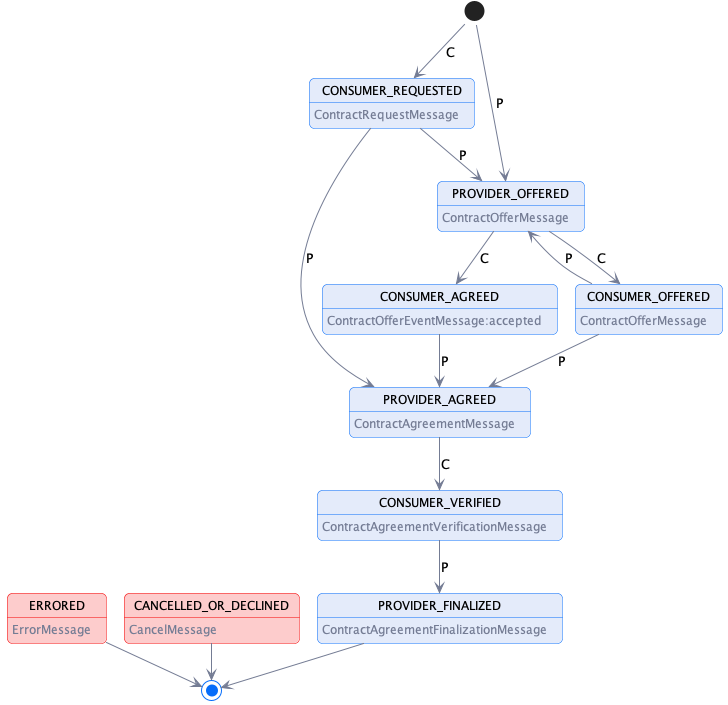
This is specifications/negotiation/contract.negotiation.state.machine.png from Metaform/edc-protocols, a PlantUML export, as it was before one commit.
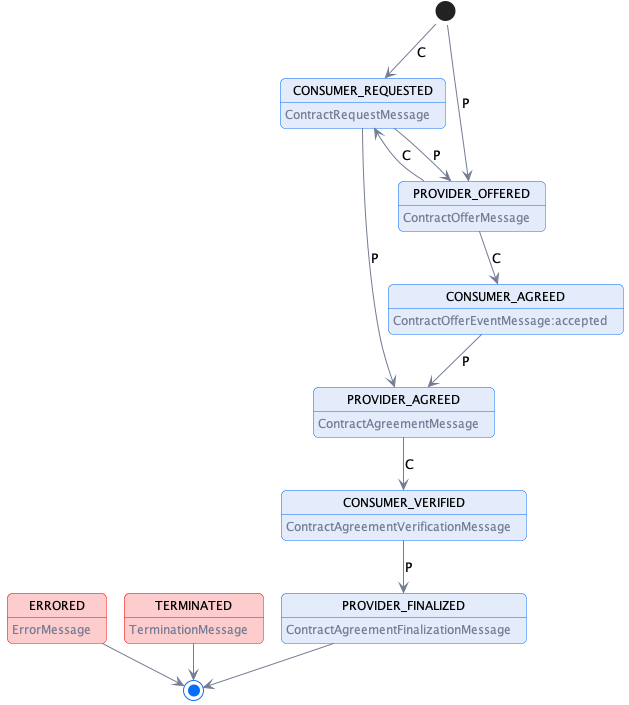
The same diagram one commit later.

What changed in the source:
```diff
@@ -7,25 +7,22 @@
 
 state CONSUMER_REQUESTED: <color:$darkGray>ContractRequestMessage
 state PROVIDER_OFFERED: <color:$darkGray>ContractOfferMessage
-state CONSUMER_OFFERED: <color:$darkGray>ContractOfferMessage
 state CONSUMER_AGREED: <color:$darkGray>ContractOfferEventMessage:accepted
 state PROVIDER_AGREED: <color:$darkGray>ContractAgreementMessage
 state CONSUMER_VERIFIED: <color:$darkGray>ContractAgreementVerificationMessage
 state PROVIDER_FINALIZED: <color:$darkGray>ContractAgreementFinalizationMessage
 
 state ERRORED $lightRed #$borderRed : <color:$darkGray>ErrorMessage
-state CANCELLED_OR_DECLINED $lightRed #$borderRed:  <color:$darkGray>CancelMessage
+state TERMINATED $lightRed #$borderRed:  <color:$darkGray>TerminationMessage
 
 [*] --> CONSUMER_REQUESTED: C
 CONSUMER_REQUESTED -->  PROVIDER_OFFERED: P
 CONSUMER_REQUESTED -->  PROVIDER_AGREED: P
 
 [*] --> PROVIDER_OFFERED: P
-PROVIDER_OFFERED -->  CONSUMER_OFFERED: C
+PROVIDER_OFFERED -->  CONSUMER_REQUESTED: C
 PROVIDER_OFFERED -->  CONSUMER_AGREED: C
 
-CONSUMER_OFFERED -->  PROVIDER_OFFERED: P
-CONSUMER_OFFERED -->  PROVIDER_AGREED: P
 
 CONSUMER_AGREED --> PROVIDER_AGREED: P
 
@@ -35,6 +32,6 @@
 
 PROVIDER_FINALIZED -->[*]
 ERRORED --> [*]
-CANCELLED_OR_DECLINED --> [*]
+TERMINATED --> [*]
 
 @enduml
```
